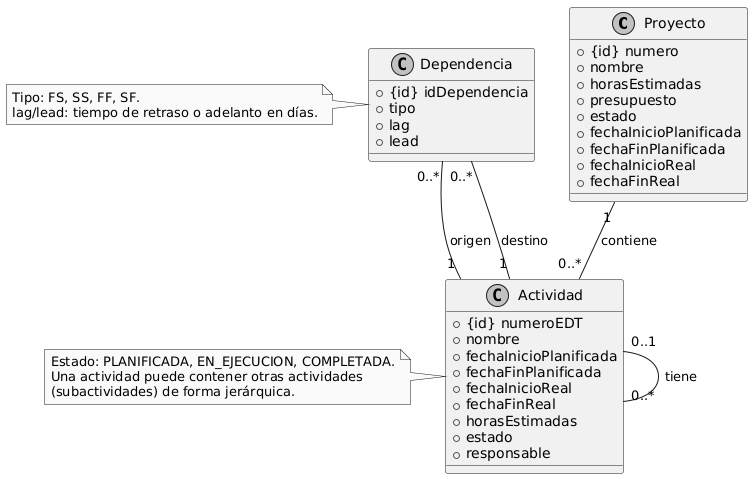
Above: docs/img/mdd.png in Valentino-Carmona/PMTool (PlantUML), before the change.
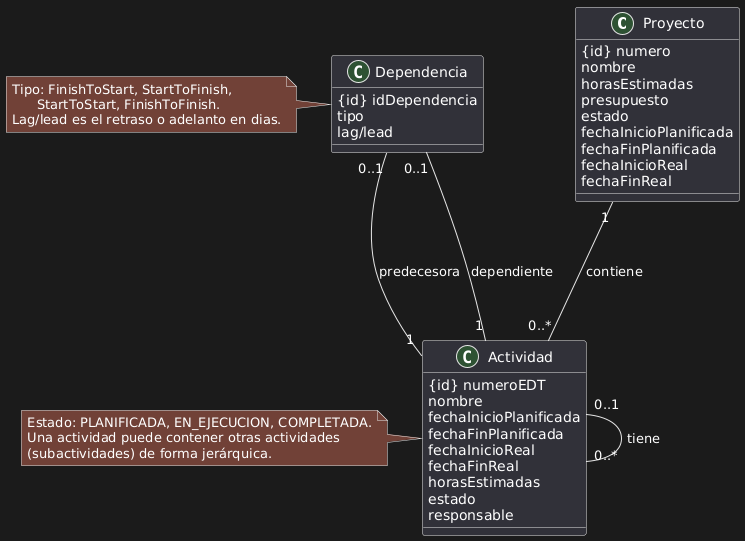
After the change.

Diff of the diagram source:
```diff
@@ -1,42 +1,40 @@
 @startuml
-skinparam monochrome true
-
 
 class Proyecto {
-  + {id} numero
-  + nombre
-  + horasEstimadas
-  + presupuesto
-  + estado
-  + fechaInicioPlanificada
-  + fechaFinPlanificada
-  + fechaInicioReal
-  + fechaFinReal
+   {id} numero
+   nombre
+   horasEstimadas
+   presupuesto
+   estado
+   fechaInicioPlanificada
+   fechaFinPlanificada
+   fechaInicioReal
+   fechaFinReal
 }
 
 class Actividad {
-  + {id} numeroEDT
-  + nombre
-  + fechaInicioPlanificada
-  + fechaFinPlanificada
-  + fechaInicioReal
-  + fechaFinReal
-  + horasEstimadas
-  + estado
-  + responsable
+   {id} numeroEDT
+   nombre
+   fechaInicioPlanificada
+   fechaFinPlanificada
+   fechaInicioReal
+   fechaFinReal
+   horasEstimadas
+   estado
+   responsable
 }
 
 class Dependencia {
-  + {id} idDependencia
-  + tipo
-  + lag
-  + lead
+   {id} idDependencia
+   tipo
+   lag/lead
 }
 
-Proyecto "1" -- "0..*" Actividad : contiene
-Actividad "0..1" -- "0..*" Actividad : tiene
-Dependencia "0..*" -- "1" Actividad : origen
-Dependencia "0..*" -- "1" Actividad : destino
+Proyecto "1" --- "0..*" Actividad : contiene
+Actividad "0..1" --- "0..*" Actividad : tiene
+Dependencia "0..1" --- "1" Actividad : predecesora
+Dependencia "0..1" --- "1" Actividad : dependiente
+
 
 note left of Actividad
   Estado: PLANIFICADA, EN_EJECUCION, COMPLETADA.
@@ -45,7 +43,8 @@
 end note
 
 note left of Dependencia
-  Tipo: FS, SS, FF, SF.
-  lag/lead: tiempo de retraso o adelanto en días.
+  Tipo: FinishToStart, StartToFinish,
+        StartToStart, FinishToFinish.
+  Lag/lead es el retraso o adelanto en dias.
 end note
 @enduml
```
